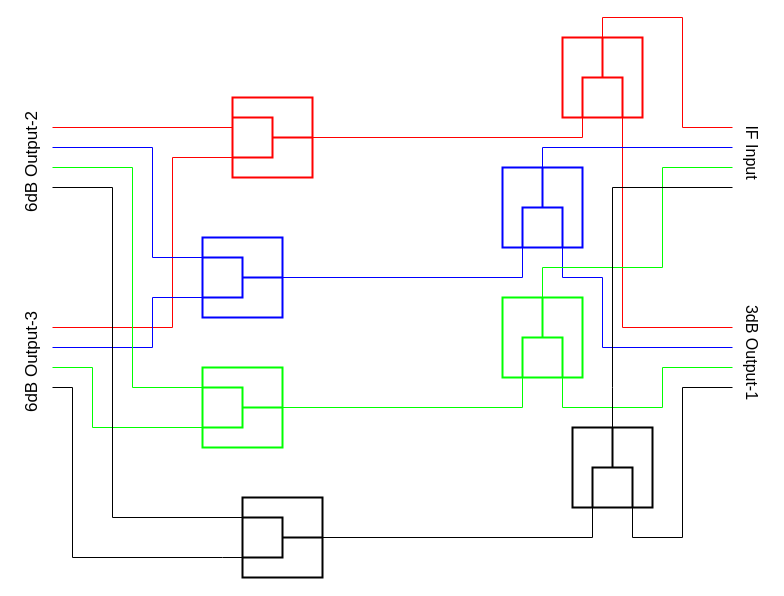
Before: MEMOS/2024-02 IF Splitter/Latex_Version/schematics/IF_splitter_full_mount.drawio in SETIatHCRO/Front-Page, a draw.io diagram. Source tidied: cells renumbered, new cells numbered last; positions are measured from the earlier drawing's top-left corner, leaving out a move shared by most shapes. Both pictures are drawn from the tidied source at 100%, with x=0, y=0 at pixel (-28, 17).
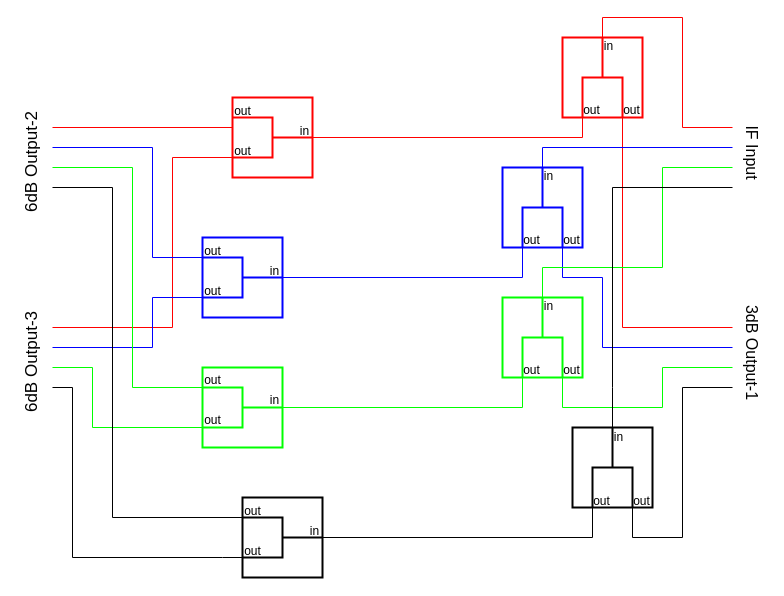
After the change.

Diff of the diagram source:
```diff
@@
+    <mxCell id="50" value="in" style="text;html=1;align=center;verticalAlign=middle;strokeColor=none;fillColor=none;" parent="1" vertex="1">
+      <mxGeometry x="621" y="14" width="30" height="30" as="geometry" />
+    </mxCell>
+    <mxCell id="51" value="out" style="text;html=1;align=center;verticalAlign=middle;strokeColor=none;fillColor=none;" parent="1" vertex="1">
+      <mxGeometry x="639" y="78" width="40" height="30" as="geometry" />
+    </mxCell>
+    <mxCell id="52" value="out" style="text;html=1;align=center;verticalAlign=middle;strokeColor=none;fillColor=none;" parent="1" vertex="1">
+      <mxGeometry x="599" y="78" width="40" height="30" as="geometry" />
+    </mxCell>
+    <mxCell id="53" value="in" style="text;html=1;align=center;verticalAlign=middle;strokeColor=none;fillColor=none;" parent="1" vertex="1">
+      <mxGeometry x="561" y="144" width="30" height="30" as="geometry" />
+    </mxCell>
+    <mxCell id="54" value="out" style="text;html=1;align=center;verticalAlign=middle;strokeColor=none;fillColor=none;" parent="1" vertex="1">
+      <mxGeometry x="579" y="208" width="40" height="30" as="geometry" />
+    </mxCell>
+    <mxCell id="55" value="out" style="text;html=1;align=center;verticalAlign=middle;strokeColor=none;fillColor=none;" parent="1" vertex="1">
+      <mxGeometry x="539" y="208" width="40" height="30" as="geometry" />
+    </mxCell>
+    <mxCell id="56" value="in" style="text;html=1;align=center;verticalAlign=middle;strokeColor=none;fillColor=none;" parent="1" vertex="1">
+      <mxGeometry x="561" y="274" width="30" height="30" as="geometry" />
+    </mxCell>
+    <mxCell id="57" value="out" style="text;html=1;align=center;verticalAlign=middle;strokeColor=none;fillColor=none;" parent="1" vertex="1">
+      <mxGeometry x="579" y="338" width="40" height="30" as="geometry" />
+    </mxCell>
+    <mxCell id="58" value="out" style="text;html=1;align=center;verticalAlign=middle;strokeColor=none;fillColor=none;" parent="1" vertex="1">
+      <mxGeometry x="539" y="338" width="40" height="30" as="geometry" />
+    </mxCell>
+    <mxCell id="59" value="in" style="text;html=1;align=center;verticalAlign=middle;strokeColor=none;fillColor=none;" parent="1" vertex="1">
+      <mxGeometry x="631" y="405" width="30" height="30" as="geometry" />
+    </mxCell>
+    <mxCell id="60" value="out" style="text;html=1;align=center;verticalAlign=middle;strokeColor=none;fillColor=none;" parent="1" vertex="1">
+      <mxGeometry x="649" y="469" width="40" height="30" as="geometry" />
+    </mxCell>
+    <mxCell id="61" value="out" style="text;html=1;align=center;verticalAlign=middle;strokeColor=none;fillColor=none;" parent="1" vertex="1">
+      <mxGeometry x="609" y="469" width="40" height="30" as="geometry" />
+    </mxCell>
+    <mxCell id="62" value="in" style="text;html=1;align=center;verticalAlign=middle;strokeColor=none;fillColor=none;" parent="1" vertex="1">
+      <mxGeometry x="317" y="99" width="30" height="30" as="geometry" />
+    </mxCell>
+    <mxCell id="63" value="out" style="text;html=1;align=center;verticalAlign=middle;strokeColor=none;fillColor=none;" parent="1" vertex="1">
+      <mxGeometry x="250" y="79" width="40" height="30" as="geometry" />
+    </mxCell>
+    <mxCell id="64" value="out" style="text;html=1;align=center;verticalAlign=middle;strokeColor=none;fillColor=none;" parent="1" vertex="1">
+      <mxGeometry x="250" y="119" width="40" height="30" as="geometry" />
+    </mxCell>
+    <mxCell id="65" value="in" style="text;html=1;align=center;verticalAlign=middle;strokeColor=none;fillColor=none;" parent="1" vertex="1">
+      <mxGeometry x="287" y="239" width="30" height="30" as="geometry" />
+    </mxCell>
+    <mxCell id="66" value="out" style="text;html=1;align=center;verticalAlign=middle;strokeColor=none;fillColor=none;" parent="1" vertex="1">
+      <mxGeometry x="220" y="219" width="40" height="30" as="geometry" />
+    </mxCell>
+    <mxCell id="67" value="out" style="text;html=1;align=center;verticalAlign=middle;strokeColor=none;fillColor=none;" parent="1" vertex="1">
+      <mxGeometry x="220" y="259" width="40" height="30" as="geometry" />
+    </mxCell>
+    <mxCell id="68" value="in" style="text;html=1;align=center;verticalAlign=middle;strokeColor=none;fillColor=none;" parent="1" vertex="1">
+      <mxGeometry x="287" y="368" width="30" height="30" as="geometry" />
+    </mxCell>
+    <mxCell id="69" value="out" style="text;html=1;align=center;verticalAlign=middle;strokeColor=none;fillColor=none;" parent="1" vertex="1">
+      <mxGeometry x="220" y="348" width="40" height="30" as="geometry" />
+    </mxCell>
+    <mxCell id="70" value="out" style="text;html=1;align=center;verticalAlign=middle;strokeColor=none;fillColor=none;" parent="1" vertex="1">
+      <mxGeometry x="220" y="388" width="40" height="30" as="geometry" />
+    </mxCell>
+    <mxCell id="71" value="in" style="text;html=1;align=center;verticalAlign=middle;strokeColor=none;fillColor=none;" parent="1" vertex="1">
+      <mxGeometry x="327" y="499" width="30" height="30" as="geometry" />
+    </mxCell>
+    <mxCell id="72" value="out" style="text;html=1;align=center;verticalAlign=middle;strokeColor=none;fillColor=none;" parent="1" vertex="1">
+      <mxGeometry x="260" y="479" width="40" height="30" as="geometry" />
+    </mxCell>
+    <mxCell id="73" value="out" style="text;html=1;align=center;verticalAlign=middle;strokeColor=none;fillColor=none;" parent="1" vertex="1">
+      <mxGeometry x="260" y="519" width="40" height="30" as="geometry" />
+    </mxCell>
```
